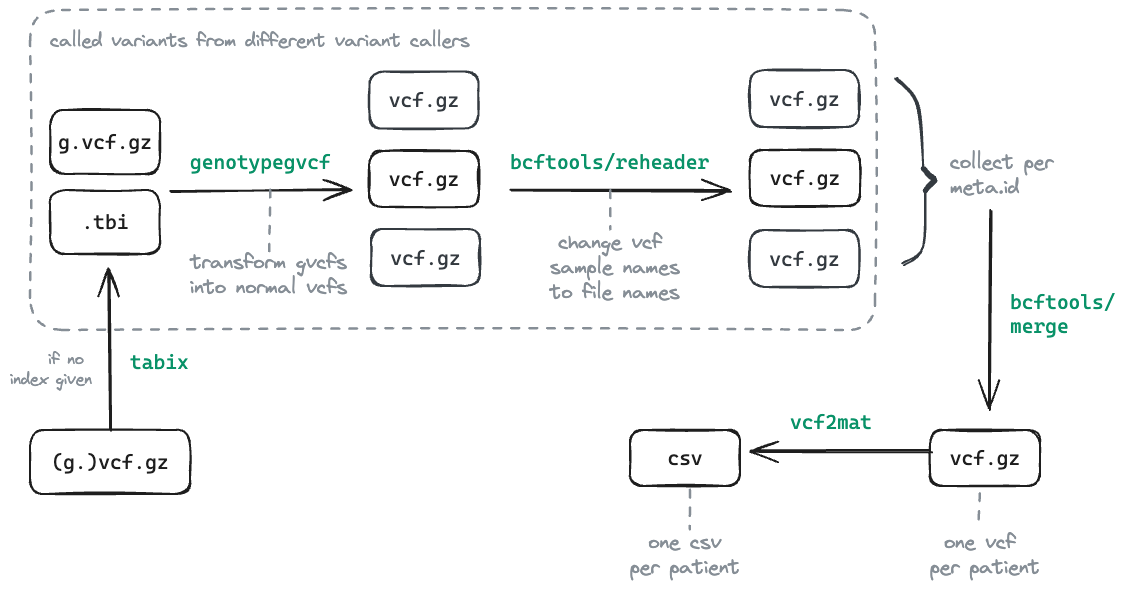
The Excalidraw diagram docs/images/vcftomat.excalidraw.png in qbic-pipelines/vcftocounts, before a commit. Source tidied: one line per element, renumbered; positions are measured from the earlier drawing's top-left corner, leaving out a move shared by most shapes.
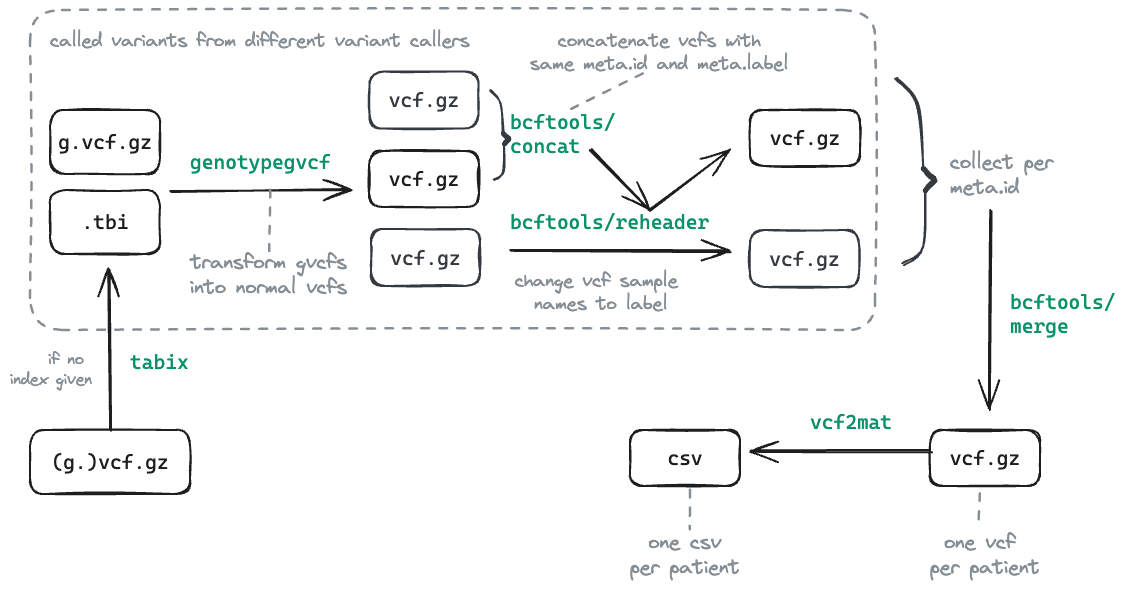
The same diagram one commit later.

Commit message:
maybe we need to switch to a subway map soon

The edit, as a diff of the source:
```diff
@@ -21,7 +21,7 @@
 {"id": 20, "type": "arrow", "strokeColor": "#868e96", "strokeWidth": 2, "strokeStyle": "dashed", "roughness": 1, "round": true, "from": 17, "to": 19, "x": 970, "y": 483, "width": 2, "height": 36, "points": [[0, 0], [-2, 36]]}
 {"id": 21, "type": "rectangle", "strokeColor": "#1e1e1e", "strokeWidth": 2, "roughness": 1, "round": true, "x": 620, "y": 420, "width": 110, "height": 56}
 {"id": 22, "type": "text", "text": "csv", "strokeColor": "#1e1e1e", "strokeWidth": 2, "roughness": 1, "fontSize": 20, "fontFamily": 3, "textAlign": "center", "verticalAlign": "middle", "inside": 21, "x": 657, "y": 436, "width": 35, "height": 24}
-{"id": 23, "type": "text", "text": "vcf2mat", "strokeColor": "#099268", "strokeWidth": 2, "roughness": 1, "fontSize": 20, "fontFamily": 3, "x": 780, "y": 400, "width": 82, "height": 24}
+{"id": 23, "type": "text", "text": "vcf2mat", "strokeColor": "#099268", "strokeWidth": 2, "roughness": 1, "fontSize": 20, "fontFamily": 3, "x": 800, "y": 400, "width": 82, "height": 24}
 {"id": 24, "type": "text", "text": "one csv\nper patient", "strokeColor": "#868e96", "strokeWidth": 2, "strokeStyle": "dashed", "roughness": 1, "fontSize": 20, "fontFamily": 1, "textAlign": "center", "x": 620, "y": 520, "width": 110, "height": 50}
 {"id": 25, "type": "arrow", "strokeColor": "#868e96", "strokeWidth": 2, "strokeStyle": "dashed", "roughness": 1, "round": true, "from": 21, "to": 24, "x": 680, "y": 480, "width": 0, "height": 39, "points": [[0, 0], [0, 39]]}
 {"id": 26, "type": "rectangle", "strokeColor": "#1e1e1e", "strokeWidth": 2, "roughness": 1, "round": true, "x": 40, "y": 180, "width": 110, "height": 64}
@@ -29,14 +29,11 @@
 {"id": 28, "type": "rectangle", "strokeColor": "#1e1e1e", "strokeWidth": 2, "roughness": 1, "round": true, "x": 20, "y": 420, "width": 160, "height": 64}
 {"id": 29, "type": "text", "text": "(g.)vcf.gz", "strokeColor": "#1e1e1e", "strokeWidth": 2, "roughness": 1, "fontSize": 20, "fontFamily": 3, "textAlign": "center", "verticalAlign": "middle", "inside": 28, "x": 41, "y": 440, "width": 117, "height": 24}
 {"id": 30, "type": "text", "text": "tabix", "strokeColor": "#099268", "strokeWidth": 2, "roughness": 1, "fontSize": 20, "fontFamily": 3, "x": 120, "y": 340, "width": 59, "height": 24}
-{"id": 31, "type": "arrow", "strokeColor": "#1e1e1e", "strokeWidth": 2, "roughness": 1, "endArrowhead": "arrow", "round": true, "x": 500, "y": 180, "width": 221, "height": 1, "points": [[0, 0], [221, 1]]}
+{"id": 31, "type": "arrow", "strokeColor": "#1e1e1e", "strokeWidth": 2, "roughness": 1, "endArrowhead": "arrow", "round": true, "x": 500, "y": 240, "width": 221, "height": 1, "points": [[0, 0], [221, 1]]}
-{"id": 32, "type": "text", "text": "bcftools/reheader", "strokeColor": "#099268", "strokeWidth": 2, "roughness": 1, "fontSize": 20, "fontFamily": 3, "x": 500, "y": 140, "width": 199, "height": 24}
+{"id": 32, "type": "text", "text": "bcftools/reheader", "strokeColor": "#099268", "strokeWidth": 2, "roughness": 1, "fontSize": 20, "fontFamily": 3, "x": 500, "y": 200, "width": 199, "height": 24}
-{"id": 33, "type": "text", "text": "change vcf \nsample names\nto file names", "strokeColor": "#868e96", "strokeWidth": 2, "strokeStyle": "dashed", "roughness": 1, "fontSize": 20, "fontFamily": 1, "textAlign": "center", "x": 540, "y": 220, "width": 130, "height": 75}
+{"id": 33, "type": "text", "text": "change vcf sample \nnames to label", "strokeColor": "#868e96", "strokeWidth": 2, "strokeStyle": "dashed", "roughness": 1, "fontSize": 18.45, "fontFamily": 1, "textAlign": "center", "x": 505, "y": 260, "width": 172, "height": 46}
-{"id": 34, "type": "arrow", "strokeColor": "#868e96", "strokeWidth": 2, "strokeStyle": "dashed", "roughness": 1, "round": true, "to": 33, "x": 600, "y": 180, "width": 0, "height": 39, "points": [[0, 0], [0, 39]]}
-{"id": 35, "type": "rectangle", "strokeColor": "#343a40", "strokeWidth": 2, "roughness": 1, "round": true, "x": 740, "y": 60, "width": 109, "height": 57}
-{"id": 36, "type": "text", "text": "vcf.gz", "strokeColor": "#343a40", "strokeWidth": 2, "roughness": 1, "fontSize": 20, "fontFamily": 3, "textAlign": "center", "verticalAlign": "middle", "inside": 35, "x": 759, "y": 76, "width": 70, "height": 24}
-{"id": 37, "type": "rectangle", "strokeColor": "#1e1e1e", "strokeWidth": 2, "roughness": 1, "round": true, "x": 740, "y": 140, "width": 110, "height": 56}
+{"id": 37, "type": "rectangle", "strokeColor": "#1e1e1e", "strokeWidth": 2, "roughness": 1, "round": true, "x": 740, "y": 100, "width": 110, "height": 56}
-{"id": 38, "type": "text", "text": "vcf.gz", "strokeColor": "#1e1e1e", "strokeWidth": 2, "roughness": 1, "fontSize": 20, "fontFamily": 3, "textAlign": "center", "verticalAlign": "middle", "inside": 37, "x": 760, "y": 156, "width": 70, "height": 24}
+{"id": 38, "type": "text", "text": "vcf.gz", "strokeColor": "#1e1e1e", "strokeWidth": 2, "roughness": 1, "fontSize": 20, "fontFamily": 3, "textAlign": "center", "verticalAlign": "middle", "inside": 37, "x": 760, "y": 116, "width": 70, "height": 24}
 {"id": 39, "type": "rectangle", "strokeColor": "#343a40", "strokeWidth": 2, "roughness": 1, "round": true, "x": 740, "y": 220, "width": 109, "height": 57}
 {"id": 40, "type": "text", "text": "vcf.gz", "strokeColor": "#343a40", "strokeWidth": 2, "roughness": 1, "fontSize": 20, "fontFamily": 3, "textAlign": "center", "verticalAlign": "middle", "inside": 39, "x": 759, "y": 236, "width": 70, "height": 24}
 {"id": 41, "type": "text", "text": "collect per \nmeta.id", "strokeColor": "#868e96", "strokeWidth": 2, "strokeStyle": "dashed", "roughness": 1, "fontSize": 20, "fontFamily": 1, "x": 940, "y": 140, "width": 113, "height": 50}
@@ -46,3 +43,12 @@
 {"id": 45, "type": "text", "text": "if no \nindex given", "strokeColor": "#868e96", "strokeWidth": 2, "roughness": 1, "fontSize": 16, "fontFamily": 1, "textAlign": "right", "x": 0, "y": 340, "width": 82, "height": 40}
 {"id": 46, "type": "text", "text": "transform gvcfs\ninto normal vcfs", "strokeColor": "#868e96", "strokeWidth": 2, "strokeStyle": "dashed", "roughness": 1, "fontSize": 20, "fontFamily": 1, "textAlign": "center", "x": 180, "y": 240, "width": 157, "height": 50}
 {"id": 47, "type": "arrow", "strokeColor": "#868e96", "strokeWidth": 2, "strokeStyle": "dashed", "roughness": 1, "round": true, "to": 46, "x": 260, "y": 180, "width": 0, "height": 60, "points": [[0, 0], [0, 60]]}
+{"id": 48, "type": "arrow", "strokeColor": "#343a40", "strokeWidth": 2, "roughness": 1, "round": true, "from": 8, "to": 52, "x": 480, "y": 81, "width": 13, "height": 43, "points": [[0, 0], [10, 13], [13, 43]]}
+{"id": 49, "type": "arrow", "strokeColor": "#343a40", "angle": 3.12, "strokeWidth": 2, "roughness": 1, "round": true, "from": 2, "to": 52, "x": 495, "y": 134, "width": 12, "height": 35, "points": [[0, 0], [-10, 8], [-12, 35]]}
+{"id": 50, "type": "freedraw", "strokeColor": "#343a40", "strokeWidth": 1, "roughness": 1, "x": 493, "y": 124, "width": 5, "height": 5, "points": [[0, 0], [0, 0], [0, 0], [0, 1], [1, 1], [1, 1], [1, 1], [1, 2], [2, 2], [2, 3], [2, 3], [3, 3], [3, 3], [3, 3], [3, 4], [4, 4], [4, 4], [4, 4], [5, 4], [5, 5], [5, 5]]}
+{"id": 51, "type": "freedraw", "strokeColor": "#343a40", "strokeWidth": 1, "roughness": 1, "x": 494, "y": 134, "width": 4, "height": 5, "points": [[0, 0], [0, 0], [0, 0], [0, -1], [1, -1], [1, -2], [2, -2], [2, -2], [2, -3], [3, -3], [3, -3], [3, -4], [4, -4], [4, -4], [4, -4], [4, -5], [4, -5]]}
+{"id": 52, "type": "text", "text": "bcftools/\nconcat", "strokeColor": "#099268", "strokeWidth": 2, "roughness": 1, "fontSize": 20, "fontFamily": 3, "x": 500, "y": 100, "width": 105, "height": 48}
+{"id": 53, "type": "arrow", "strokeColor": "#1e1e1e", "strokeWidth": 2, "roughness": 1, "endArrowhead": "arrow", "round": true, "to": 32, "x": 580, "y": 140, "width": 60, "height": 60, "points": [[0, 0], [60, 60]]}
+{"id": 54, "type": "arrow", "strokeColor": "#1e1e1e", "strokeWidth": 2, "roughness": 1, "endArrowhead": "arrow", "round": true, "from": 32, "to": 37, "x": 640, "y": 200, "width": 80, "height": 60, "points": [[0, 0], [80, -60]]}
+{"id": 55, "type": "text", "text": "concatenate vcfs with\nsame meta.id and meta.label", "strokeColor": "#868e96", "strokeWidth": 2, "strokeStyle": "dashed", "roughness": 1, "fontSize": 18.45, "fontFamily": 1, "textAlign": "center", "x": 520, "y": 20, "width": 258, "height": 46}
+{"id": 56, "type": "line", "strokeColor": "#868e96", "strokeWidth": 2, "strokeStyle": "dashed", "roughness": 1, "round": true, "x": 560, "y": 100, "width": 80, "height": 40, "points": [[0, 0], [80, -40]]}
```
